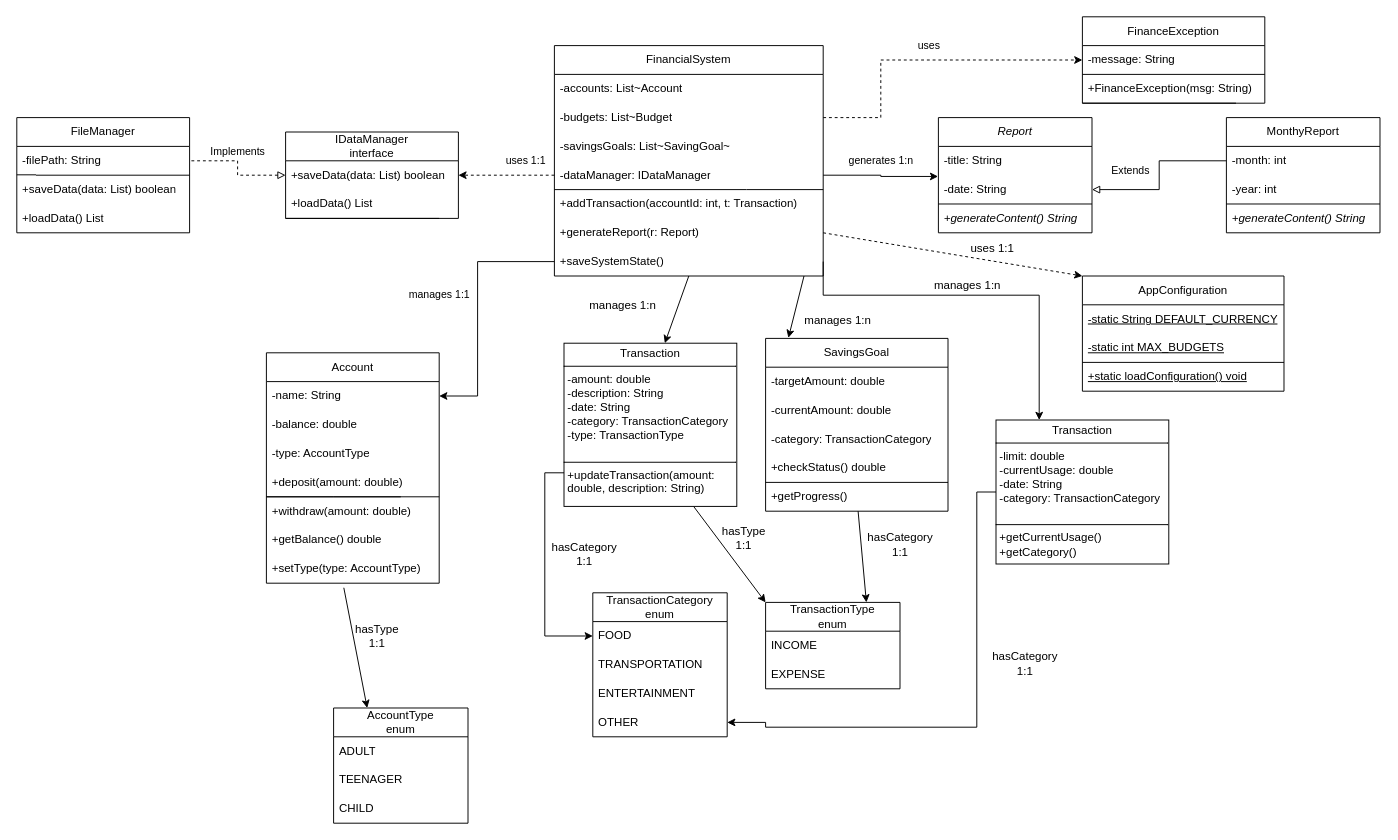
Above: Docs/UML.drawio.xml in undeMalum/finance-manager (draw.io), before the change. Source tidied: cells renumbered, new cells numbered last; positions are measured from the earlier drawing's top-left corner, leaving out a move shared by most shapes. Both pictures are drawn from the tidied source at 96%, with x=0, y=0 at pixel (16, 16).
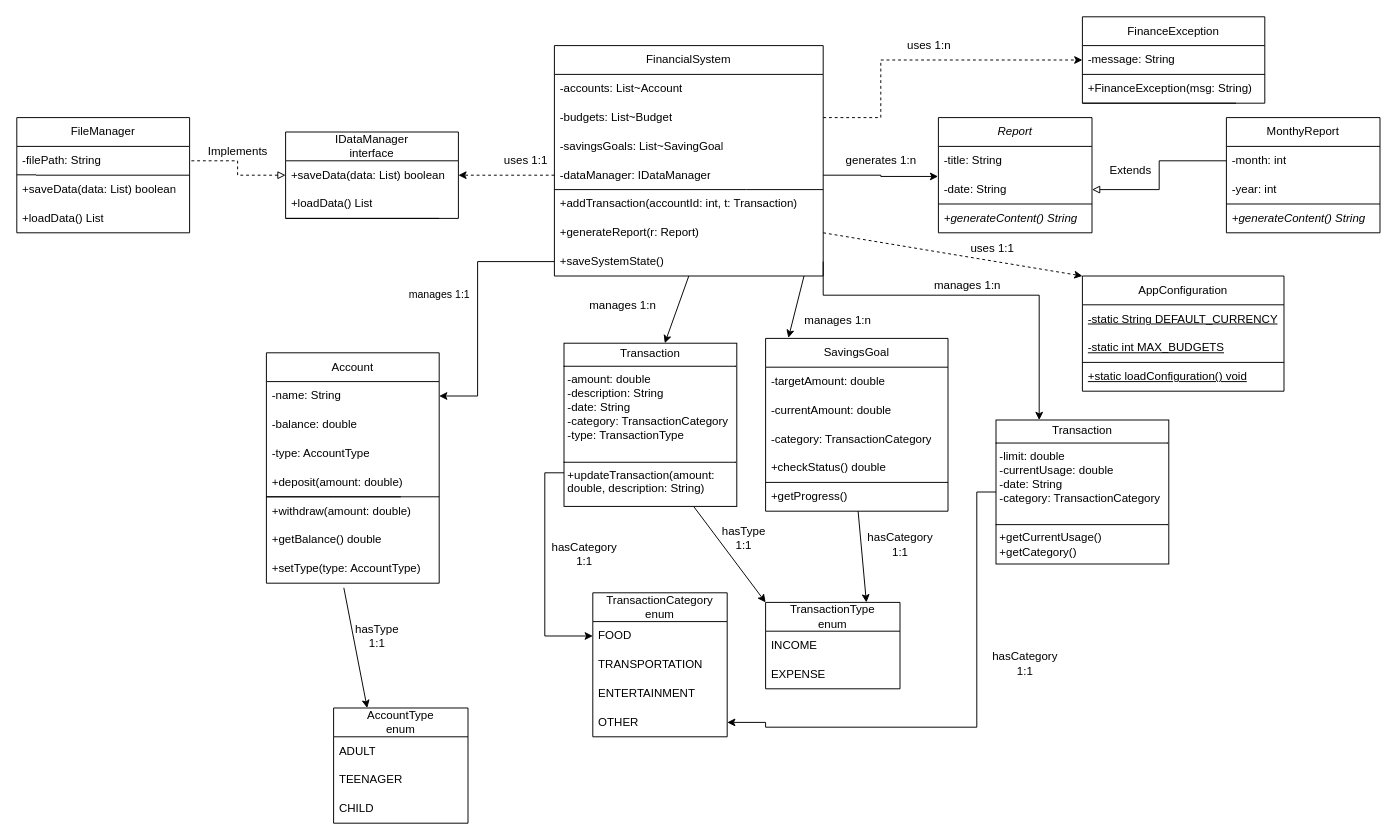
Above is the later version.

The change refers to these unchanged cells:
```xml
<mxCell id="16" value="FinancialSystem" style="swimlane;fontStyle=0;horizontal=1;startSize=30;whiteSpace=wrap;html=1;strokeColor=default;align=center;verticalAlign=middle;fontFamily=Helvetica;fontSize=12;fontColor=default;fillColor=default;" parent="1" vertex="1">
  <mxGeometry x="560" y="30" width="280" height="240" as="geometry" />
</mxCell>
<mxCell id="18" value="-budgets: List~Budget" style="text;strokeColor=none;fillColor=none;align=left;verticalAlign=middle;spacingLeft=4;spacingRight=4;overflow=hidden;points=[[0,0.5],[1,0.5]];portConstraint=eastwest;whiteSpace=wrap;html=1;fontFamily=Helvetica;fontSize=12;fontColor=default;fontStyle=0;horizontal=1;" parent="16" vertex="1">
  <mxGeometry y="60" width="280" height="30" as="geometry" />
</mxCell>
<mxCell id="20" value="-dataManager: IDataManager" style="text;strokeColor=none;fillColor=none;align=left;verticalAlign=middle;spacingLeft=4;spacingRight=4;overflow=hidden;points=[[0,0.5],[1,0.5]];portConstraint=eastwest;whiteSpace=wrap;html=1;fontFamily=Helvetica;fontSize=12;fontColor=default;fontStyle=0;horizontal=1;" parent="16" vertex="1">
  <mxGeometry y="120" width="280" height="30" as="geometry" />
</mxCell>
<mxCell id="28" value="-month: int" style="text;strokeColor=none;fillColor=none;align=left;verticalAlign=middle;spacingLeft=4;spacingRight=4;overflow=hidden;points=[[0,0.5],[1,0.5]];portConstraint=eastwest;whiteSpace=wrap;html=1;fontFamily=Helvetica;fontSize=12;fontColor=default;fontStyle=0;horizontal=1;" parent="27" vertex="1">
  <mxGeometry y="30" width="160" height="30" as="geometry" />
</mxCell>
<mxCell id="32" value="FinanceException" style="swimlane;fontStyle=0;horizontal=1;startSize=30;whiteSpace=wrap;html=1;strokeColor=default;align=center;verticalAlign=middle;fontFamily=Helvetica;fontSize=12;fontColor=default;fillColor=default;" parent="1" vertex="1">
  <mxGeometry x="1110" width="190" height="90" as="geometry" />
</mxCell>
<mxCell id="53" value="+saveData(data: List) boolean" style="text;strokeColor=none;fillColor=none;align=left;verticalAlign=middle;spacingLeft=4;spacingRight=4;overflow=hidden;points=[[0,0.5],[1,0.5]];portConstraint=eastwest;whiteSpace=wrap;html=1;fontFamily=Helvetica;fontSize=12;fontColor=default;fontStyle=0;horizontal=1;" parent="52" vertex="1">
  <mxGeometry y="30" width="180" height="30" as="geometry" />
</mxCell>
<mxCell id="57" value="-filePath: String" style="text;strokeColor=none;fillColor=none;align=left;verticalAlign=middle;spacingLeft=4;spacingRight=4;overflow=hidden;points=[[0,0.5],[1,0.5]];portConstraint=eastwest;whiteSpace=wrap;html=1;fontFamily=Helvetica;fontSize=12;fontColor=default;fontStyle=0;horizontal=1;" parent="56" vertex="1">
  <mxGeometry y="30" width="180" height="30" as="geometry" />
</mxCell>
<mxCell id="80" value="-date: String" style="text;strokeColor=none;fillColor=none;align=left;verticalAlign=middle;spacingLeft=4;spacingRight=4;overflow=hidden;points=[[0,0.5],[1,0.5]];portConstraint=eastwest;whiteSpace=wrap;html=1;fontFamily=Helvetica;fontSize=12;fontColor=default;fontStyle=0;horizontal=1;" parent="78" vertex="1">
  <mxGeometry y="60" width="160" height="30" as="geometry" />
</mxCell>
```

Diff of the diagram source:
```diff
@@
-    <mxCell id="19" value="-savingsGoals: List~SavingGoal~" style="text;strokeColor=none;fillColor=none;align=left;verticalAlign=middle;spacingLeft=4;spacingRight=4;overflow=hidden;whiteSpace=wrap;html=1;fontFamily=Helvetica;fontSize=12;fontColor=default;fontStyle=0;horizontal=1;" parent="16" vertex="1">
+    <mxCell id="19" value="-savingsGoals: List~SavingGoal" style="text;strokeColor=none;fillColor=none;align=left;verticalAlign=middle;spacingLeft=4;spacingRight=4;overflow=hidden;whiteSpace=wrap;html=1;fontFamily=Helvetica;fontSize=12;fontColor=default;fontStyle=0;horizontal=1;" parent="16" vertex="1">
       <mxGeometry y="90" width="280" height="30" as="geometry" />
     </mxCell>
@@
-    <mxCell id="77" value="uses" style="edgeStyle=orthogonalEdgeStyle;rounded=0;jettySize=auto;html=1;exitX=1;exitY=0.5;exitDx=0;exitDy=0;entryX=0;entryY=0.5;entryDx=0;entryDy=0;dashed=1;labelBackgroundColor=none;" parent="1" edge="1" source="18" target="32">
+    <mxCell id="77" value="uses 1:n" style="edgeStyle=orthogonalEdgeStyle;rounded=0;jettySize=auto;html=1;exitX=1;exitY=0.5;exitDx=0;exitDy=0;entryX=0;entryY=0.5;entryDx=0;entryDy=0;dashed=1;labelBackgroundColor=none;fontSize=12;" parent="1" edge="1" source="18" target="32">
       <mxGeometry x="0.03" y="15" relative="1" as="geometry">
         <Array as="points">
           <mxPoint x="900" y="105" />
           <mxPoint x="900" y="45" />
         </Array>
       </mxGeometry>
     </mxCell>
@@
-    <mxCell id="83" value="generates 1:n" style="edgeStyle=orthogonalEdgeStyle;rounded=0;jettySize=auto;html=1;exitX=1;exitY=0.5;exitDx=0;exitDy=0;entryX=-0.002;entryY=0.044;entryDx=0;entryDy=0;entryPerimeter=0;" parent="1" edge="1" source="20" target="80">
+    <mxCell id="83" value="generates 1:n" style="edgeStyle=orthogonalEdgeStyle;rounded=0;jettySize=auto;html=1;exitX=1;exitY=0.5;exitDx=0;exitDy=0;entryX=-0.002;entryY=0.044;entryDx=0;entryDy=0;entryPerimeter=0;fontSize=12;" parent="1" edge="1" source="20" target="80">
       <mxGeometry x="-0.01" y="-15" relative="1" as="geometry">
         <mxPoint x="15" y="-15" as="offset" />
       </mxGeometry>
     </mxCell>
-    <mxCell id="84" value="uses 1:1" style="edgeStyle=orthogonalEdgeStyle;rounded=0;jettySize=auto;html=1;exitX=0;exitY=0.5;exitDx=0;exitDy=0;entryX=1;entryY=0.5;entryDx=0;entryDy=0;labelBackgroundColor=none;dashed=1;" parent="1" edge="1" source="20" target="53">
+    <mxCell id="84" value="uses 1:1" style="edgeStyle=orthogonalEdgeStyle;rounded=0;jettySize=auto;html=1;exitX=0;exitY=0.5;exitDx=0;exitDy=0;entryX=1;entryY=0.5;entryDx=0;entryDy=0;labelBackgroundColor=none;dashed=1;fontSize=12;" parent="1" edge="1" source="20" target="53">
       <mxGeometry x="-0.4" y="-15" relative="1" as="geometry" />
     </mxCell>
-    <mxCell id="85" value="Extends" style="endArrow=none;endSize=16;endFill=0;html=1;rounded=0;exitX=1;exitY=0.5;exitDx=0;exitDy=0;entryX=0;entryY=0.5;entryDx=0;entryDy=0;labelBackgroundColor=none;startArrow=block;startFill=0;" parent="1" edge="1" source="80" target="28">
+    <mxCell id="85" value="Extends" style="endArrow=none;endSize=16;endFill=0;html=1;rounded=0;exitX=1;exitY=0.5;exitDx=0;exitDy=0;entryX=0;entryY=0.5;entryDx=0;entryDy=0;labelBackgroundColor=none;startArrow=block;startFill=0;fontSize=12;" parent="1" edge="1" source="80" target="28">
       <mxGeometry x="-0.53" y="20" relative="1" as="geometry">
         <Array as="points">
           <mxPoint x="1190" y="180" />
           <mxPoint x="1190" y="150" />
         </Array>
       </mxGeometry>
     </mxCell>
-    <mxCell id="86" value="Implements" style="endArrow=none;dashed=1;endFill=0;endSize=12;html=1;rounded=0;exitX=0;exitY=0.5;exitDx=0;exitDy=0;entryX=1;entryY=0.5;entryDx=0;entryDy=0;startArrow=block;startFill=0;" parent="1" edge="1" source="53" target="57">
+    <mxCell id="86" value="Implements" style="endArrow=none;dashed=1;endFill=0;endSize=12;html=1;rounded=0;exitX=0;exitY=0.5;exitDx=0;exitDy=0;entryX=1;entryY=0.5;entryDx=0;entryDy=0;startArrow=block;startFill=0;fontSize=12;" parent="1" edge="1" source="53" target="57">
       <mxGeometry x="0.13" y="-10" relative="1" as="geometry">
         <Array as="points">
           <mxPoint x="230" y="165" />
           <mxPoint x="230" y="150" />
         </Array>
       </mxGeometry>
     </mxCell>
```
